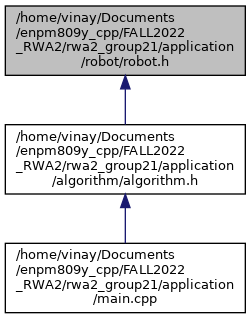
darshit-desai/Maze-Solver-simulation-using-Wall-Following-Algorithm-OOP keeps this Graphviz diagram as docs/robot_8h__dep__incl.png. Above is the earlier version. Its source is kept beside it as docs/robot_8h__dep__incl.dot.
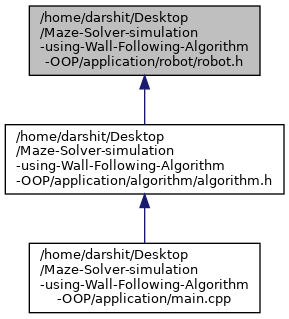
Above is the later version.

The edit, as a diff of the source:
```diff
@@ -1,10 +1,11 @@
-digraph "application/robot/robot.h"
+digraph "D:/Maze-Solver-simulation-using-Wall-Following-Algorithm-OOP/application/robot/robot.h"
 {
-  edge [fontname="Helvetica",fontsize="10",labelfontname="Helvetica",labelfontsize="10"];
-  node [fontname="Helvetica",fontsize="10",shape=record];
-  Node1 [label="application/robot/robot.h",height=0.2,width=0.4,color="black", fillcolor="grey75", style="filled", fontcolor="black",tooltip="This class is used to drive the robot based on its position and orientation."];
-  Node1 -> Node2 [dir="back",color="midnightblue",fontsize="10",style="solid",fontname="Helvetica"];
-  Node2 [label="application/algorithm\l/algorithm.h",height=0.2,width=0.4,color="black", fillcolor="white", style="filled",URL="$algorithm_8h.html",tooltip="This file contains the implementation details for algorithm class."];
-  Node2 -> Node3 [dir="back",color="midnightblue",fontsize="10",style="solid",fontname="Helvetica"];
-  Node3 [label="application/main.cpp",height=0.2,width=0.4,color="black", fillcolor="white", style="filled",URL="$main_8cpp.html",tooltip="This is the main class which is built in the Simulator and used to call all other classes."];
+  bgcolor="transparent";
+  edge [fontname=Helvetica,fontsize=10,labelfontname=Helvetica,labelfontsize=10];
+  node [fontname=Helvetica,fontsize=10,shape=box,height=0.2,width=0.4];
+  Node1 [id="Node000001",label="D:/Maze-Solver-simulation\l-using-Wall-Following-Algorithm\l-OOP/application/robot/robot.h",height=0.2,width=0.4,color="gray40", fillcolor="grey60", style="filled", fontcolor="black",tooltip="This class is used to drive the robot based on its position and orientation."];
+  Node1 -> Node2 [id="edge1_Node000001_Node000002",dir="back",color="steelblue1",style="solid",tooltip=" "];
+  Node2 [id="Node000002",label="D:/Maze-Solver-simulation\l-using-Wall-Following-Algorithm\l-OOP/application/algorithm/algorithm.h",height=0.2,width=0.4,color="grey40", fillcolor="white", style="filled",URL="$algorithm_8h.html",tooltip="This file contains the implementation details for algorithm class."];
+  Node2 -> Node3 [id="edge2_Node000002_Node000003",dir="back",color="steelblue1",style="solid",tooltip=" "];
+  Node3 [id="Node000003",label="D:/Maze-Solver-simulation\l-using-Wall-Following-Algorithm\l-OOP/application/main.cpp",height=0.2,width=0.4,color="grey40", fillcolor="white", style="filled",URL="$main_8cpp.html",tooltip="This is the main class which is built in the Simulator and used to call all other classes."];
 }
```
